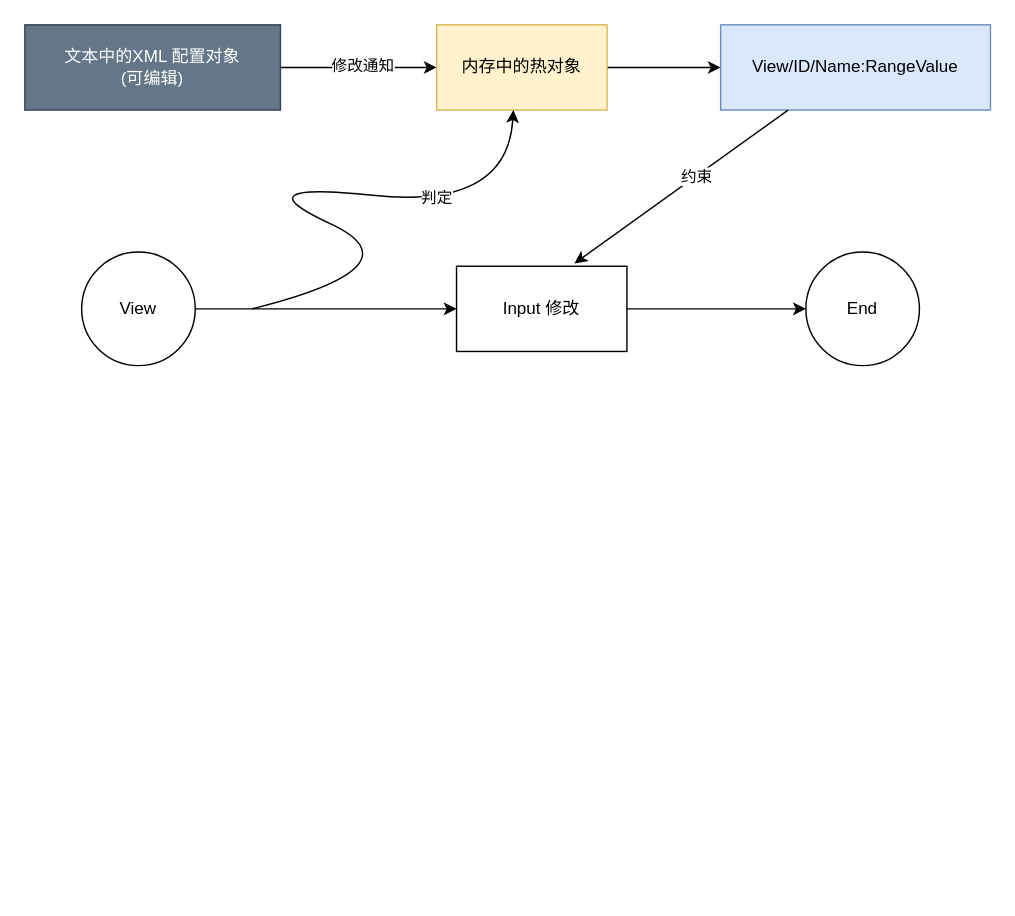
Earlier version of the draw.io diagram 软件可输入性控制.drawio (robyle/WorkDocuments). Source tidied: cells renumbered, new cells numbered last; positions are measured from the earlier drawing's top-left corner, leaving out a move shared by most shapes. Both pictures are drawn from the tidied source at 142%, with x=0, y=0 at pixel (24, 24).
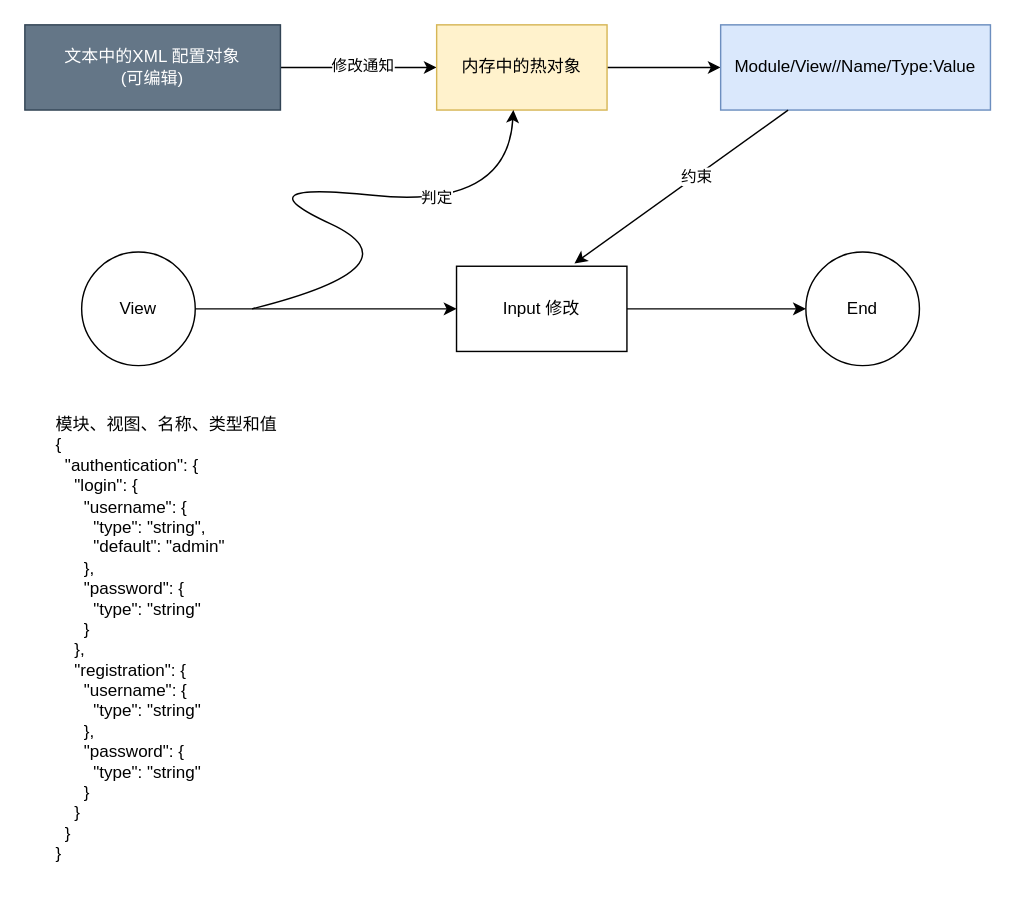
The same page after the edit.

Commit message (it also covers changes not shown here):
更新软件可输入性控制.drawio

What changed in the source:
```diff
@@
-    <mxCell id="7" value="View/ID/Name:RangeValue&lt;br&gt;" style="whiteSpace=wrap;html=1;rounded=0;fillColor=#dae8fc;strokeColor=#6c8ebf;" parent="1" vertex="1">
+    <mxCell id="7" value="Module/View//Name/Type:Value" style="whiteSpace=wrap;html=1;rounded=0;fillColor=#dae8fc;strokeColor=#6c8ebf;" parent="1" vertex="1">
       <mxGeometry x="490" width="190" height="60" as="geometry" />
     </mxCell>
@@
+    <mxCell id="17" value="&lt;div&gt;&lt;div&gt;模块、视图、名称、类型和值&lt;br&gt;&lt;/div&gt;&lt;div&gt;{&lt;/div&gt;&lt;div&gt;&amp;nbsp; &quot;authentication&quot;: {&lt;/div&gt;&lt;div&gt;&amp;nbsp; &amp;nbsp; &quot;login&quot;: {&lt;/div&gt;&lt;div&gt;&amp;nbsp; &amp;nbsp; &amp;nbsp; &quot;username&quot;: {&lt;/div&gt;&lt;div&gt;&amp;nbsp; &amp;nbsp; &amp;nbsp; &amp;nbsp; &quot;type&quot;: &quot;string&quot;,&lt;/div&gt;&lt;div&gt;&amp;nbsp; &amp;nbsp; &amp;nbsp; &amp;nbsp; &quot;default&quot;: &quot;admin&quot;&lt;/div&gt;&lt;div&gt;&amp;nbsp; &amp;nbsp; &amp;nbsp; },&lt;/div&gt;&lt;div&gt;&amp;nbsp; &amp;nbsp; &amp;nbsp; &quot;password&quot;: {&lt;/div&gt;&lt;div&gt;&amp;nbsp; &amp;nbsp; &amp;nbsp; &amp;nbsp; &quot;type&quot;: &quot;string&quot;&lt;/div&gt;&lt;div&gt;&amp;nbsp; &amp;nbsp; &amp;nbsp; }&lt;/div&gt;&lt;div&gt;&amp;nbsp; &amp;nbsp; },&lt;/div&gt;&lt;div&gt;&amp;nbsp; &amp;nbsp; &quot;registration&quot;: {&lt;/div&gt;&lt;div&gt;&amp;nbsp; &amp;nbsp; &amp;nbsp; &quot;username&quot;: {&lt;/div&gt;&lt;div&gt;&amp;nbsp; &amp;nbsp; &amp;nbsp; &amp;nbsp; &quot;type&quot;: &quot;string&quot;&lt;/div&gt;&lt;div&gt;&amp;nbsp; &amp;nbsp; &amp;nbsp; },&lt;/div&gt;&lt;div&gt;&amp;nbsp; &amp;nbsp; &amp;nbsp; &quot;password&quot;: {&lt;/div&gt;&lt;div&gt;&amp;nbsp; &amp;nbsp; &amp;nbsp; &amp;nbsp; &quot;type&quot;: &quot;string&quot;&lt;/div&gt;&lt;div&gt;&amp;nbsp; &amp;nbsp; &amp;nbsp; }&lt;/div&gt;&lt;div&gt;&amp;nbsp; &amp;nbsp; }&lt;/div&gt;&lt;div&gt;&amp;nbsp; }&lt;/div&gt;&lt;div&gt;}&lt;/div&gt;&lt;/div&gt;&lt;div&gt;&lt;br&gt;&lt;/div&gt;" style="text;html=1;strokeColor=none;fillColor=none;align=left;verticalAlign=middle;whiteSpace=wrap;rounded=0;" parent="1" vertex="1">
+      <mxGeometry x="20" y="270" width="380" height="340" as="geometry" />
+    </mxCell>
```
